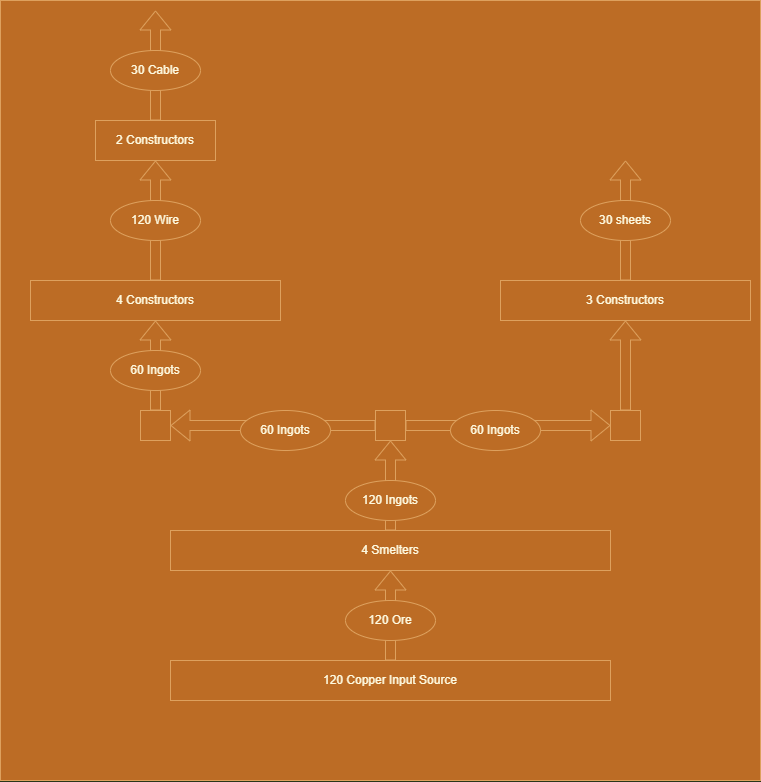
Above: copper.drawio.png in nlarsen31/Factories (draw.io), before the change. Source tidied: cells renumbered, new cells last; positions are measured from the earlier drawing's top-left corner, leaving out a move shared by most shapes.
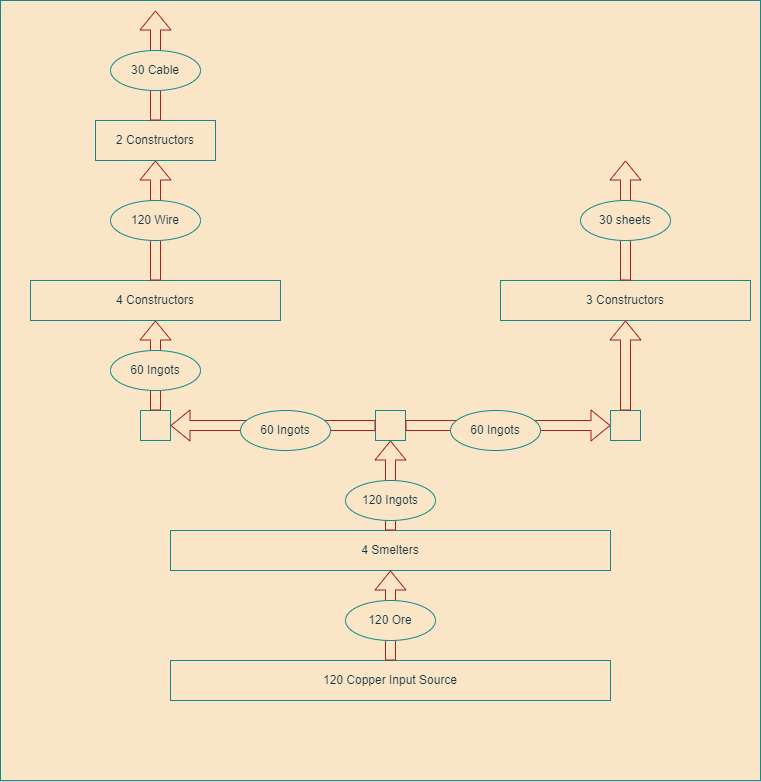
Later version of the same file.

What changed in the source:
```diff
@@ -1,95 +1,95 @@
-<mxGraphModel background="#283618">
+<mxGraphModel background="#DAD2D8">
   <root>
     <mxCell id="0" />
     <mxCell id="1" parent="0" />
-    <mxCell id="2" style="rounded=0;whiteSpace=wrap;html=1;fillColor=#BC6C25;strokeColor=#DDA15E;fontColor=#FEFAE0;" parent="1" vertex="1">
+    <mxCell id="2" style="rounded=0;whiteSpace=wrap;html=1;fillColor=#FAE5C7;strokeColor=#0F8B8D;fontColor=#143642;" parent="1" vertex="1">
       <mxGeometry width="760" height="780" as="geometry" />
     </mxCell>
-    <mxCell id="3" value="120 Copper Input Source" style="rounded=0;whiteSpace=wrap;html=1;fillColor=#BC6C25;strokeColor=#DDA15E;fontColor=#FEFAE0;" parent="1" vertex="1">
+    <mxCell id="3" value="120 Copper Input Source" style="rounded=0;whiteSpace=wrap;html=1;fillColor=#FAE5C7;strokeColor=#0F8B8D;fontColor=#143642;" parent="1" vertex="1">
       <mxGeometry x="170" y="660" width="440" height="40" as="geometry" />
     </mxCell>
-    <mxCell id="4" value="4 Smelters" style="rounded=0;whiteSpace=wrap;html=1;fillColor=#BC6C25;strokeColor=#DDA15E;fontColor=#FEFAE0;" parent="1" vertex="1">
+    <mxCell id="4" value="4 Smelters" style="rounded=0;whiteSpace=wrap;html=1;fillColor=#FAE5C7;strokeColor=#0F8B8D;fontColor=#143642;" parent="1" vertex="1">
       <mxGeometry x="170" y="530" width="440" height="40" as="geometry" />
     </mxCell>
-    <mxCell id="5" style="shape=flexArrow;endArrow=classic;html=1;rounded=0;exitX=0.5;exitY=0;exitDx=0;exitDy=0;labelBackgroundColor=#283618;strokeColor=#DDA15E;fontColor=#FEFAE0;" parent="1" edge="1" source="4">
+    <mxCell id="5" style="shape=flexArrow;endArrow=classic;html=1;rounded=0;exitX=0.5;exitY=0;exitDx=0;exitDy=0;labelBackgroundColor=#DAD2D8;strokeColor=#A8201A;fontColor=#143642;" parent="1" edge="1" source="4">
       <mxGeometry relative="1" as="geometry">
         <mxPoint x="390" y="440" as="targetPoint" />
       </mxGeometry>
     </mxCell>
-    <mxCell id="6" style="shape=flexArrow;endArrow=classic;html=1;rounded=0;exitX=0.5;exitY=0;exitDx=0;exitDy=0;entryX=0.5;entryY=1;entryDx=0;entryDy=0;labelBackgroundColor=#283618;strokeColor=#DDA15E;fontColor=#FEFAE0;" parent="1" edge="1" source="3" target="4">
+    <mxCell id="6" style="shape=flexArrow;endArrow=classic;html=1;rounded=0;exitX=0.5;exitY=0;exitDx=0;exitDy=0;entryX=0.5;entryY=1;entryDx=0;entryDy=0;labelBackgroundColor=#DAD2D8;strokeColor=#A8201A;fontColor=#143642;" parent="1" edge="1" source="3" target="4">
       <mxGeometry relative="1" as="geometry" />
     </mxCell>
-    <mxCell id="7" value="120 Ore" style="ellipse;whiteSpace=wrap;html=1;fillColor=#BC6C25;strokeColor=#DDA15E;fontColor=#FEFAE0;" parent="1" vertex="1">
+    <mxCell id="7" value="120 Ore" style="ellipse;whiteSpace=wrap;html=1;fillColor=#FAE5C7;strokeColor=#0F8B8D;fontColor=#143642;" parent="1" vertex="1">
       <mxGeometry x="345" y="600" width="90" height="40" as="geometry" />
     </mxCell>
-    <mxCell id="8" value="120 Ingots" style="ellipse;whiteSpace=wrap;html=1;fillColor=#BC6C25;strokeColor=#DDA15E;fontColor=#FEFAE0;" parent="1" vertex="1">
+    <mxCell id="8" value="120 Ingots" style="ellipse;whiteSpace=wrap;html=1;fillColor=#FAE5C7;strokeColor=#0F8B8D;fontColor=#143642;" parent="1" vertex="1">
       <mxGeometry x="345" y="480" width="90" height="40" as="geometry" />
     </mxCell>
-    <mxCell id="9" style="whiteSpace=wrap;html=1;direction=south;fillColor=#BC6C25;strokeColor=#DDA15E;fontColor=#FEFAE0;" parent="1" vertex="1">
+    <mxCell id="9" style="whiteSpace=wrap;html=1;direction=south;fillColor=#FAE5C7;strokeColor=#0F8B8D;fontColor=#143642;" parent="1" vertex="1">
       <mxGeometry x="375" y="410" width="30" height="30" as="geometry" />
     </mxCell>
-    <mxCell id="10" style="shape=flexArrow;endArrow=classic;html=1;rounded=0;exitX=0.5;exitY=1;exitDx=0;exitDy=0;labelBackgroundColor=#283618;strokeColor=#DDA15E;fontColor=#FEFAE0;" parent="1" edge="1" source="9">
+    <mxCell id="10" style="shape=flexArrow;endArrow=classic;html=1;rounded=0;exitX=0.5;exitY=1;exitDx=0;exitDy=0;labelBackgroundColor=#DAD2D8;strokeColor=#A8201A;fontColor=#143642;" parent="1" edge="1" source="9">
       <mxGeometry relative="1" as="geometry">
         <mxPoint x="170" y="425" as="targetPoint" />
       </mxGeometry>
     </mxCell>
-    <mxCell id="11" style="shape=flexArrow;endArrow=classic;html=1;rounded=0;labelBackgroundColor=#283618;strokeColor=#DDA15E;fontColor=#FEFAE0;" parent="1" edge="1" source="9">
+    <mxCell id="11" style="shape=flexArrow;endArrow=classic;html=1;rounded=0;labelBackgroundColor=#DAD2D8;strokeColor=#A8201A;fontColor=#143642;" parent="1" edge="1" source="9">
       <mxGeometry relative="1" as="geometry">
         <mxPoint x="610" y="425" as="targetPoint" />
       </mxGeometry>
     </mxCell>
-    <mxCell id="12" style="whiteSpace=wrap;html=1;direction=south;fillColor=#BC6C25;strokeColor=#DDA15E;fontColor=#FEFAE0;" parent="1" vertex="1">
+    <mxCell id="12" style="whiteSpace=wrap;html=1;direction=south;fillColor=#FAE5C7;strokeColor=#0F8B8D;fontColor=#143642;" parent="1" vertex="1">
       <mxGeometry x="140" y="410" width="30" height="30" as="geometry" />
     </mxCell>
-    <mxCell id="13" style="whiteSpace=wrap;html=1;direction=south;fillColor=#BC6C25;strokeColor=#DDA15E;fontColor=#FEFAE0;" parent="1" vertex="1">
+    <mxCell id="13" style="whiteSpace=wrap;html=1;direction=south;fillColor=#FAE5C7;strokeColor=#0F8B8D;fontColor=#143642;" parent="1" vertex="1">
       <mxGeometry x="610" y="410" width="30" height="30" as="geometry" />
     </mxCell>
-    <mxCell id="14" value="60 Ingots" style="ellipse;whiteSpace=wrap;html=1;fillColor=#BC6C25;strokeColor=#DDA15E;fontColor=#FEFAE0;" parent="1" vertex="1">
+    <mxCell id="14" value="60 Ingots" style="ellipse;whiteSpace=wrap;html=1;fillColor=#FAE5C7;strokeColor=#0F8B8D;fontColor=#143642;" parent="1" vertex="1">
       <mxGeometry x="240" y="410" width="90" height="40" as="geometry" />
     </mxCell>
-    <mxCell id="15" value="60 Ingots" style="ellipse;whiteSpace=wrap;html=1;fillColor=#BC6C25;strokeColor=#DDA15E;fontColor=#FEFAE0;" parent="1" vertex="1">
+    <mxCell id="15" value="60 Ingots" style="ellipse;whiteSpace=wrap;html=1;fillColor=#FAE5C7;strokeColor=#0F8B8D;fontColor=#143642;" parent="1" vertex="1">
       <mxGeometry x="450" y="410" width="90" height="40" as="geometry" />
     </mxCell>
-    <mxCell id="16" value="4 Constructors" style="rounded=0;whiteSpace=wrap;html=1;fillColor=#BC6C25;strokeColor=#DDA15E;fontColor=#FEFAE0;" parent="1" vertex="1">
+    <mxCell id="16" value="4 Constructors" style="rounded=0;whiteSpace=wrap;html=1;fillColor=#FAE5C7;strokeColor=#0F8B8D;fontColor=#143642;" parent="1" vertex="1">
       <mxGeometry x="30" y="280" width="250" height="40" as="geometry" />
     </mxCell>
-    <mxCell id="17" style="shape=flexArrow;endArrow=classic;html=1;rounded=0;exitX=0;exitY=0.5;exitDx=0;exitDy=0;entryX=0.5;entryY=1;entryDx=0;entryDy=0;labelBackgroundColor=#283618;strokeColor=#DDA15E;fontColor=#FEFAE0;" parent="1" edge="1" source="12" target="16">
+    <mxCell id="17" style="shape=flexArrow;endArrow=classic;html=1;rounded=0;exitX=0;exitY=0.5;exitDx=0;exitDy=0;entryX=0.5;entryY=1;entryDx=0;entryDy=0;labelBackgroundColor=#DAD2D8;strokeColor=#A8201A;fontColor=#143642;" parent="1" edge="1" source="12" target="16">
       <mxGeometry relative="1" as="geometry" />
     </mxCell>
-    <mxCell id="18" value="60 Ingots" style="ellipse;whiteSpace=wrap;html=1;fillColor=#BC6C25;strokeColor=#DDA15E;fontColor=#FEFAE0;" parent="1" vertex="1">
+    <mxCell id="18" value="60 Ingots" style="ellipse;whiteSpace=wrap;html=1;fillColor=#FAE5C7;strokeColor=#0F8B8D;fontColor=#143642;" parent="1" vertex="1">
       <mxGeometry x="110" y="350" width="90" height="40" as="geometry" />
     </mxCell>
-    <mxCell id="19" style="shape=flexArrow;endArrow=classic;html=1;rounded=0;exitX=0.5;exitY=0;exitDx=0;exitDy=0;labelBackgroundColor=#283618;strokeColor=#DDA15E;fontColor=#FEFAE0;" parent="1" edge="1" source="16">
+    <mxCell id="19" style="shape=flexArrow;endArrow=classic;html=1;rounded=0;exitX=0.5;exitY=0;exitDx=0;exitDy=0;labelBackgroundColor=#DAD2D8;strokeColor=#A8201A;fontColor=#143642;" parent="1" edge="1" source="16">
       <mxGeometry relative="1" as="geometry">
         <mxPoint x="155" y="160" as="targetPoint" />
       </mxGeometry>
     </mxCell>
-    <mxCell id="20" value="120 Wire" style="ellipse;whiteSpace=wrap;html=1;fillColor=#BC6C25;strokeColor=#DDA15E;fontColor=#FEFAE0;" parent="1" vertex="1">
+    <mxCell id="20" value="120 Wire" style="ellipse;whiteSpace=wrap;html=1;fillColor=#FAE5C7;strokeColor=#0F8B8D;fontColor=#143642;" parent="1" vertex="1">
       <mxGeometry x="110" y="200" width="90" height="40" as="geometry" />
     </mxCell>
-    <mxCell id="21" value="2 Constructors" style="rounded=0;whiteSpace=wrap;html=1;fillColor=#BC6C25;strokeColor=#DDA15E;fontColor=#FEFAE0;" parent="1" vertex="1">
+    <mxCell id="21" value="2 Constructors" style="rounded=0;whiteSpace=wrap;html=1;fillColor=#FAE5C7;strokeColor=#0F8B8D;fontColor=#143642;" parent="1" vertex="1">
       <mxGeometry x="95" y="120" width="120" height="40" as="geometry" />
     </mxCell>
-    <mxCell id="22" style="shape=flexArrow;endArrow=classic;html=1;rounded=0;exitX=0.5;exitY=0;exitDx=0;exitDy=0;labelBackgroundColor=#283618;strokeColor=#DDA15E;fontColor=#FEFAE0;" parent="1" edge="1" source="21">
+    <mxCell id="22" style="shape=flexArrow;endArrow=classic;html=1;rounded=0;exitX=0.5;exitY=0;exitDx=0;exitDy=0;labelBackgroundColor=#DAD2D8;strokeColor=#A8201A;fontColor=#143642;" parent="1" edge="1" source="21">
       <mxGeometry relative="1" as="geometry">
         <mxPoint x="155" y="10" as="targetPoint" />
       </mxGeometry>
     </mxCell>
-    <mxCell id="23" value="30 Cable" style="ellipse;whiteSpace=wrap;html=1;fillColor=#BC6C25;strokeColor=#DDA15E;fontColor=#FEFAE0;" parent="1" vertex="1">
+    <mxCell id="23" value="30 Cable" style="ellipse;whiteSpace=wrap;html=1;fillColor=#FAE5C7;strokeColor=#0F8B8D;fontColor=#143642;" parent="1" vertex="1">
       <mxGeometry x="110" y="50" width="90" height="40" as="geometry" />
     </mxCell>
-    <mxCell id="24" value="3 Constructors" style="rounded=0;whiteSpace=wrap;html=1;fillColor=#BC6C25;strokeColor=#DDA15E;fontColor=#FEFAE0;" parent="1" vertex="1">
+    <mxCell id="24" value="3 Constructors" style="rounded=0;whiteSpace=wrap;html=1;fillColor=#FAE5C7;strokeColor=#0F8B8D;fontColor=#143642;" parent="1" vertex="1">
       <mxGeometry x="500" y="280" width="250" height="40" as="geometry" />
     </mxCell>
-    <mxCell id="25" style="shape=flexArrow;endArrow=classic;html=1;rounded=0;exitX=0;exitY=0.5;exitDx=0;exitDy=0;entryX=0.5;entryY=1;entryDx=0;entryDy=0;labelBackgroundColor=#283618;strokeColor=#DDA15E;fontColor=#FEFAE0;" parent="1" edge="1" source="13" target="24">
+    <mxCell id="25" style="shape=flexArrow;endArrow=classic;html=1;rounded=0;exitX=0;exitY=0.5;exitDx=0;exitDy=0;entryX=0.5;entryY=1;entryDx=0;entryDy=0;labelBackgroundColor=#DAD2D8;strokeColor=#A8201A;fontColor=#143642;" parent="1" edge="1" source="13" target="24">
       <mxGeometry relative="1" as="geometry" />
     </mxCell>
-    <mxCell id="26" style="shape=flexArrow;endArrow=classic;html=1;rounded=0;exitX=0.5;exitY=0;exitDx=0;exitDy=0;labelBackgroundColor=#283618;strokeColor=#DDA15E;fontColor=#FEFAE0;" parent="1" edge="1" source="24">
+    <mxCell id="26" style="shape=flexArrow;endArrow=classic;html=1;rounded=0;exitX=0.5;exitY=0;exitDx=0;exitDy=0;labelBackgroundColor=#DAD2D8;strokeColor=#A8201A;fontColor=#143642;" parent="1" edge="1" source="24">
       <mxGeometry relative="1" as="geometry">
         <mxPoint x="625" y="160" as="targetPoint" />
       </mxGeometry>
     </mxCell>
-    <mxCell id="27" value="30 sheets" style="ellipse;whiteSpace=wrap;html=1;fillColor=#BC6C25;strokeColor=#DDA15E;fontColor=#FEFAE0;" parent="1" vertex="1">
+    <mxCell id="27" value="30 sheets" style="ellipse;whiteSpace=wrap;html=1;fillColor=#FAE5C7;strokeColor=#0F8B8D;fontColor=#143642;" parent="1" vertex="1">
       <mxGeometry x="580" y="200" width="90" height="40" as="geometry" />
     </mxCell>
   </root>
```
